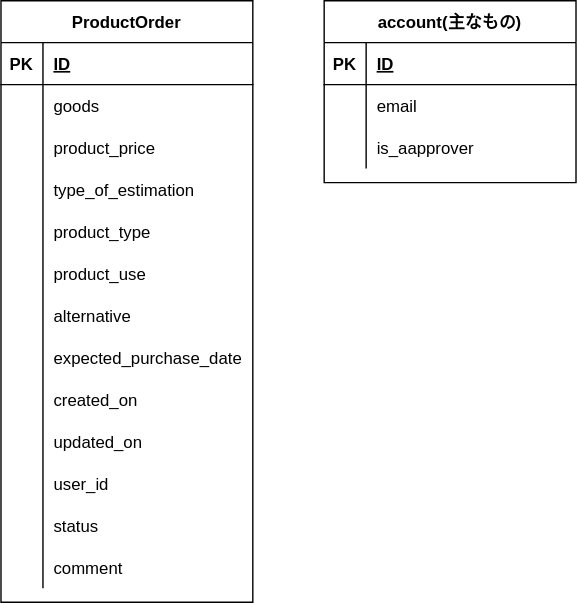
This is docs/model.drawio.svg from of3jlmssoo/small-app-django-bootstrap-django-tables2-, a draw.io export, as it was before one commit. Source tidied: cells renumbered, new cells last; positions are measured from the earlier drawing's top-left corner, leaving out a move shared by most shapes. Source of this version:
```xml
<mxGraphModel background="#ffffff">
  <root>
    <mxCell id="0" />
    <mxCell id="1" parent="0" />
    <mxCell id="2" value="ProductOrder" style="shape=table;startSize=30;rowLines=0;fontStyle=1;align=center;" parent="1" vertex="1">
      <mxGeometry width="180" height="430" as="geometry" />
    </mxCell>
    <mxCell id="3" style="shape=partialRectangle;fillColor=none;top=0;left=0;bottom=1;right=0;" parent="2" vertex="1">
      <mxGeometry y="30" width="180" height="30" as="geometry" />
    </mxCell>
    <mxCell id="4" value="PK" style="shape=partialRectangle;fillColor=none;top=0;left=0;bottom=0;right=0;fontStyle=1;overflow=hidden;fontColor=#000000;" parent="3" vertex="1">
      <mxGeometry width="30" height="30" as="geometry" />
    </mxCell>
    <mxCell id="5" value="ID  " style="shape=partialRectangle;fillColor=none;top=0;left=0;bottom=0;right=0;align=left;spacingLeft=6;fontStyle=5;overflow=hidden;fontColor=#000000;" parent="3" vertex="1">
      <mxGeometry x="30" width="150" height="30" as="geometry" />
    </mxCell>
    <mxCell id="6" style="shape=partialRectangle;fillColor=none;top=0;left=0;bottom=0;right=0;" parent="2" vertex="1">
      <mxGeometry y="60" width="180" height="30" as="geometry" />
    </mxCell>
    <mxCell id="7" style="shape=partialRectangle;fillColor=none;top=0;left=0;bottom=0;right=0;overflow=hidden;" parent="6" vertex="1">
      <mxGeometry width="30" height="30" as="geometry" />
    </mxCell>
    <mxCell id="8" value="goods" style="shape=partialRectangle;fillColor=none;top=0;left=0;bottom=0;right=0;align=left;spacingLeft=6;overflow=hidden;fontColor=#000000;" parent="6" vertex="1">
      <mxGeometry x="30" width="150" height="30" as="geometry" />
    </mxCell>
    <mxCell id="9" style="shape=partialRectangle;fillColor=none;top=0;left=0;bottom=0;right=0;" parent="2" vertex="1">
      <mxGeometry y="90" width="180" height="30" as="geometry" />
    </mxCell>
    <mxCell id="10" style="shape=partialRectangle;fillColor=none;top=0;left=0;bottom=0;right=0;overflow=hidden;" parent="9" vertex="1">
      <mxGeometry width="30" height="30" as="geometry" />
    </mxCell>
    <mxCell id="11" value="product_price" style="shape=partialRectangle;fillColor=none;top=0;left=0;bottom=0;right=0;align=left;spacingLeft=6;overflow=hidden;fontColor=#000000;" parent="9" vertex="1">
      <mxGeometry x="30" width="150" height="30" as="geometry" />
    </mxCell>
    <mxCell id="12" style="shape=partialRectangle;fillColor=none;top=0;left=0;bottom=0;right=0;" parent="2" vertex="1">
      <mxGeometry y="120" width="180" height="30" as="geometry" />
    </mxCell>
    <mxCell id="13" style="shape=partialRectangle;fillColor=none;top=0;left=0;bottom=0;right=0;overflow=hidden;" parent="12" vertex="1">
      <mxGeometry width="30" height="30" as="geometry" />
    </mxCell>
    <mxCell id="14" value="type_of_estimation" style="shape=partialRectangle;fillColor=none;top=0;left=0;bottom=0;right=0;align=left;spacingLeft=6;overflow=hidden;fontColor=#000000;" parent="12" vertex="1">
      <mxGeometry x="30" width="150" height="30" as="geometry" />
    </mxCell>
    <mxCell id="15" style="shape=partialRectangle;fillColor=none;top=0;left=0;bottom=0;right=0;" parent="2" vertex="1">
      <mxGeometry y="150" width="180" height="30" as="geometry" />
    </mxCell>
    <mxCell id="16" style="shape=partialRectangle;fillColor=none;top=0;left=0;bottom=0;right=0;overflow=hidden;" parent="15" vertex="1">
      <mxGeometry width="30" height="30" as="geometry" />
    </mxCell>
    <mxCell id="17" value="product_type" style="shape=partialRectangle;fillColor=none;top=0;left=0;bottom=0;right=0;align=left;spacingLeft=6;overflow=hidden;fontColor=#000000;" parent="15" vertex="1">
      <mxGeometry x="30" width="150" height="30" as="geometry" />
    </mxCell>
    <mxCell id="18" style="shape=partialRectangle;fillColor=none;top=0;left=0;bottom=0;right=0;" parent="2" vertex="1">
      <mxGeometry y="180" width="180" height="30" as="geometry" />
    </mxCell>
    <mxCell id="19" style="shape=partialRectangle;fillColor=none;top=0;left=0;bottom=0;right=0;overflow=hidden;" parent="18" vertex="1">
      <mxGeometry width="30" height="30" as="geometry" />
    </mxCell>
    <mxCell id="20" value="product_use" style="shape=partialRectangle;fillColor=none;top=0;left=0;bottom=0;right=0;align=left;spacingLeft=6;overflow=hidden;fontColor=#000000;" parent="18" vertex="1">
      <mxGeometry x="30" width="150" height="30" as="geometry" />
    </mxCell>
    <mxCell id="21" style="shape=partialRectangle;fillColor=none;top=0;left=0;bottom=0;right=0;" parent="2" vertex="1">
      <mxGeometry y="210" width="180" height="30" as="geometry" />
    </mxCell>
    <mxCell id="22" style="shape=partialRectangle;fillColor=none;top=0;left=0;bottom=0;right=0;overflow=hidden;" parent="21" vertex="1">
      <mxGeometry width="30" height="30" as="geometry" />
    </mxCell>
    <mxCell id="23" value="alternative" style="shape=partialRectangle;fillColor=none;top=0;left=0;bottom=0;right=0;align=left;spacingLeft=6;overflow=hidden;fontColor=#000000;" parent="21" vertex="1">
      <mxGeometry x="30" width="150" height="30" as="geometry" />
    </mxCell>
    <mxCell id="24" style="shape=partialRectangle;fillColor=none;top=0;left=0;bottom=0;right=0;" parent="2" vertex="1">
      <mxGeometry y="240" width="180" height="30" as="geometry" />
    </mxCell>
    <mxCell id="25" style="shape=partialRectangle;fillColor=none;top=0;left=0;bottom=0;right=0;overflow=hidden;" parent="24" vertex="1">
      <mxGeometry width="30" height="30" as="geometry" />
    </mxCell>
    <mxCell id="26" value="expected_purchase_date" style="shape=partialRectangle;fillColor=none;top=0;left=0;bottom=0;right=0;align=left;spacingLeft=6;overflow=hidden;fontColor=#000000;" parent="24" vertex="1">
      <mxGeometry x="30" width="150" height="30" as="geometry" />
    </mxCell>
    <mxCell id="27" style="shape=partialRectangle;fillColor=none;top=0;left=0;bottom=0;right=0;" parent="2" vertex="1">
      <mxGeometry y="270" width="180" height="30" as="geometry" />
    </mxCell>
    <mxCell id="28" style="shape=partialRectangle;fillColor=none;top=0;left=0;bottom=0;right=0;overflow=hidden;" parent="27" vertex="1">
      <mxGeometry width="30" height="30" as="geometry" />
    </mxCell>
    <mxCell id="29" value="created_on" style="shape=partialRectangle;fillColor=none;top=0;left=0;bottom=0;right=0;align=left;spacingLeft=6;overflow=hidden;fontColor=#000000;" parent="27" vertex="1">
      <mxGeometry x="30" width="150" height="30" as="geometry" />
    </mxCell>
    <mxCell id="30" style="shape=partialRectangle;fillColor=none;top=0;left=0;bottom=0;right=0;" parent="2" vertex="1">
      <mxGeometry y="300" width="180" height="30" as="geometry" />
    </mxCell>
    <mxCell id="31" style="shape=partialRectangle;fillColor=none;top=0;left=0;bottom=0;right=0;overflow=hidden;" parent="30" vertex="1">
      <mxGeometry width="30" height="30" as="geometry" />
    </mxCell>
    <mxCell id="32" value="updated_on" style="shape=partialRectangle;fillColor=none;top=0;left=0;bottom=0;right=0;align=left;spacingLeft=6;overflow=hidden;fontColor=#000000;" parent="30" vertex="1">
      <mxGeometry x="30" width="150" height="30" as="geometry" />
    </mxCell>
    <mxCell id="33" style="shape=partialRectangle;fillColor=none;top=0;left=0;bottom=0;right=0;" parent="2" vertex="1">
      <mxGeometry y="330" width="180" height="30" as="geometry" />
    </mxCell>
    <mxCell id="34" style="shape=partialRectangle;fillColor=none;top=0;left=0;bottom=0;right=0;overflow=hidden;" parent="33" vertex="1">
      <mxGeometry width="30" height="30" as="geometry" />
    </mxCell>
    <mxCell id="35" value="user_id" style="shape=partialRectangle;fillColor=none;top=0;left=0;bottom=0;right=0;align=left;spacingLeft=6;overflow=hidden;fontColor=#000000;" parent="33" vertex="1">
      <mxGeometry x="30" width="150" height="30" as="geometry" />
    </mxCell>
    <mxCell id="36" style="shape=partialRectangle;fillColor=none;top=0;left=0;bottom=0;right=0;" parent="2" vertex="1">
      <mxGeometry y="360" width="180" height="30" as="geometry" />
    </mxCell>
    <mxCell id="37" style="shape=partialRectangle;fillColor=none;top=0;left=0;bottom=0;right=0;overflow=hidden;" parent="36" vertex="1">
      <mxGeometry width="30" height="30" as="geometry" />
    </mxCell>
    <mxCell id="38" value="status" style="shape=partialRectangle;fillColor=none;top=0;left=0;bottom=0;right=0;align=left;spacingLeft=6;overflow=hidden;fontColor=#000000;" parent="36" vertex="1">
      <mxGeometry x="30" width="150" height="30" as="geometry" />
    </mxCell>
    <mxCell id="39" style="shape=partialRectangle;fillColor=none;top=0;left=0;bottom=0;right=0;" parent="2" vertex="1">
      <mxGeometry y="390" width="180" height="30" as="geometry" />
    </mxCell>
    <mxCell id="40" style="shape=partialRectangle;fillColor=none;top=0;left=0;bottom=0;right=0;overflow=hidden;" parent="39" vertex="1">
      <mxGeometry width="30" height="30" as="geometry" />
    </mxCell>
    <mxCell id="41" value="comment" style="shape=partialRectangle;fillColor=none;top=0;left=0;bottom=0;right=0;align=left;spacingLeft=6;overflow=hidden;fontColor=#000000;" parent="39" vertex="1">
      <mxGeometry x="30" width="150" height="30" as="geometry" />
    </mxCell>
    <mxCell id="42" value="account(主なもの)" style="shape=table;startSize=30;rowLines=0;fontStyle=1;align=center;" parent="1" vertex="1">
      <mxGeometry x="231" width="180" height="130" as="geometry" />
    </mxCell>
    <mxCell id="43" style="shape=partialRectangle;fillColor=none;top=0;left=0;bottom=1;right=0;" parent="42" vertex="1">
      <mxGeometry y="30" width="180" height="30" as="geometry" />
    </mxCell>
    <mxCell id="44" value="PK" style="shape=partialRectangle;fillColor=none;top=0;left=0;bottom=0;right=0;fontStyle=1;overflow=hidden;fontColor=#000000;" parent="43" vertex="1">
      <mxGeometry width="30" height="30" as="geometry" />
    </mxCell>
    <mxCell id="45" value="ID  " style="shape=partialRectangle;fillColor=none;top=0;left=0;bottom=0;right=0;align=left;spacingLeft=6;fontStyle=5;overflow=hidden;fontColor=#000000;" parent="43" vertex="1">
      <mxGeometry x="30" width="150" height="30" as="geometry" />
    </mxCell>
    <mxCell id="46" style="shape=partialRectangle;fillColor=none;top=0;left=0;bottom=0;right=0;" parent="42" vertex="1">
      <mxGeometry y="60" width="180" height="30" as="geometry" />
    </mxCell>
    <mxCell id="47" style="shape=partialRectangle;fillColor=none;top=0;left=0;bottom=0;right=0;overflow=hidden;" parent="46" vertex="1">
      <mxGeometry width="30" height="30" as="geometry" />
    </mxCell>
    <mxCell id="48" value="email" style="shape=partialRectangle;fillColor=none;top=0;left=0;bottom=0;right=0;align=left;spacingLeft=6;overflow=hidden;fontColor=#000000;" parent="46" vertex="1">
      <mxGeometry x="30" width="150" height="30" as="geometry" />
    </mxCell>
    <mxCell id="49" style="shape=partialRectangle;fillColor=none;top=0;left=0;bottom=0;right=0;" parent="42" vertex="1">
      <mxGeometry y="90" width="180" height="30" as="geometry" />
    </mxCell>
    <mxCell id="50" style="shape=partialRectangle;fillColor=none;top=0;left=0;bottom=0;right=0;overflow=hidden;" parent="49" vertex="1">
      <mxGeometry width="30" height="30" as="geometry" />
    </mxCell>
    <mxCell id="51" value="is_aapprover" style="shape=partialRectangle;fillColor=none;top=0;left=0;bottom=0;right=0;align=left;spacingLeft=6;overflow=hidden;fontColor=#000000;" parent="49" vertex="1">
      <mxGeometry x="30" width="150" height="30" as="geometry" />
    </mxCell>
  </root>
</mxGraphModel>
```
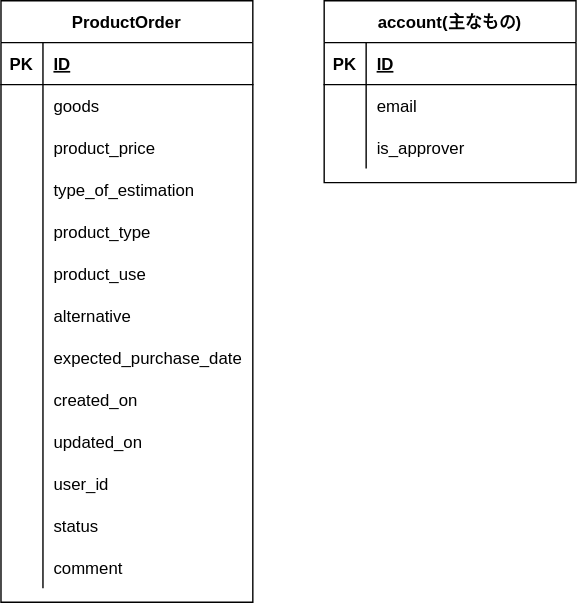
The same file after the commit.

The edit, as a diff of the source:
```diff
@@ -149,7 +149,7 @@
     <mxCell id="50" style="shape=partialRectangle;fillColor=none;top=0;left=0;bottom=0;right=0;overflow=hidden;" parent="49" vertex="1">
       <mxGeometry width="30" height="30" as="geometry" />
     </mxCell>
-    <mxCell id="51" value="is_aapprover" style="shape=partialRectangle;fillColor=none;top=0;left=0;bottom=0;right=0;align=left;spacingLeft=6;overflow=hidden;fontColor=#000000;" parent="49" vertex="1">
+    <mxCell id="51" value="is_approver" style="shape=partialRectangle;fillColor=none;top=0;left=0;bottom=0;right=0;align=left;spacingLeft=6;overflow=hidden;fontColor=#000000;" parent="49" vertex="1">
       <mxGeometry x="30" width="150" height="30" as="geometry" />
     </mxCell>
   </root>
```
